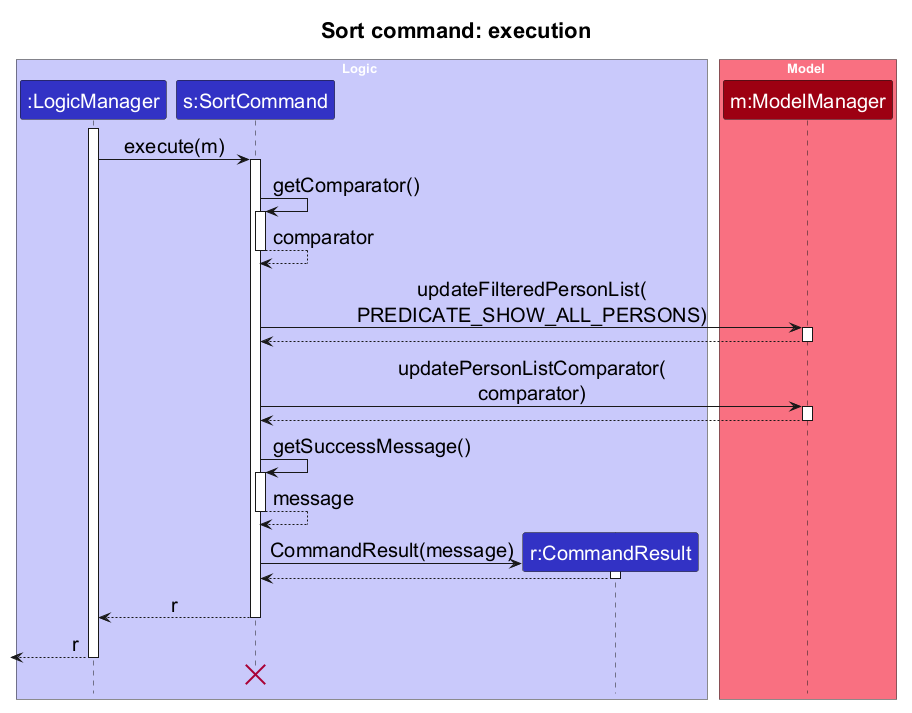
AY2627S1-CS2103T-W08-3/tp keeps this PlantUML diagram as docs/images/SortExecutionSequenceDiagram.png. Above is the earlier version.
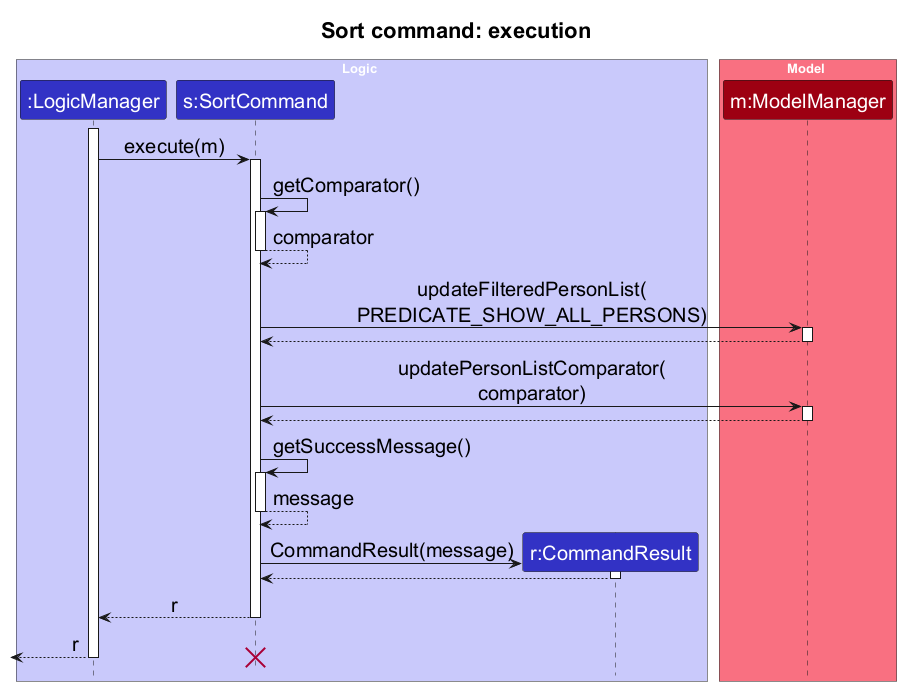
Later version of the same file.

Commit message:
Refine sort sequence diagram presentation

What changed in the source:
```diff
@@ -1,4 +1,5 @@
 @startuml
+!pragma teoz true
 !include style.puml
 
 skinparam ArrowFontStyle plain
@@ -54,8 +55,9 @@
 SortCommand --> LogicManager : r
 deactivate SortCommand
 
-[<-- LogicManager : r
+LogicManager -[hidden]> SortCommand
 destroy SortCommand
+& [<-- LogicManager : r
 deactivate LogicManager
 
 @enduml
```
